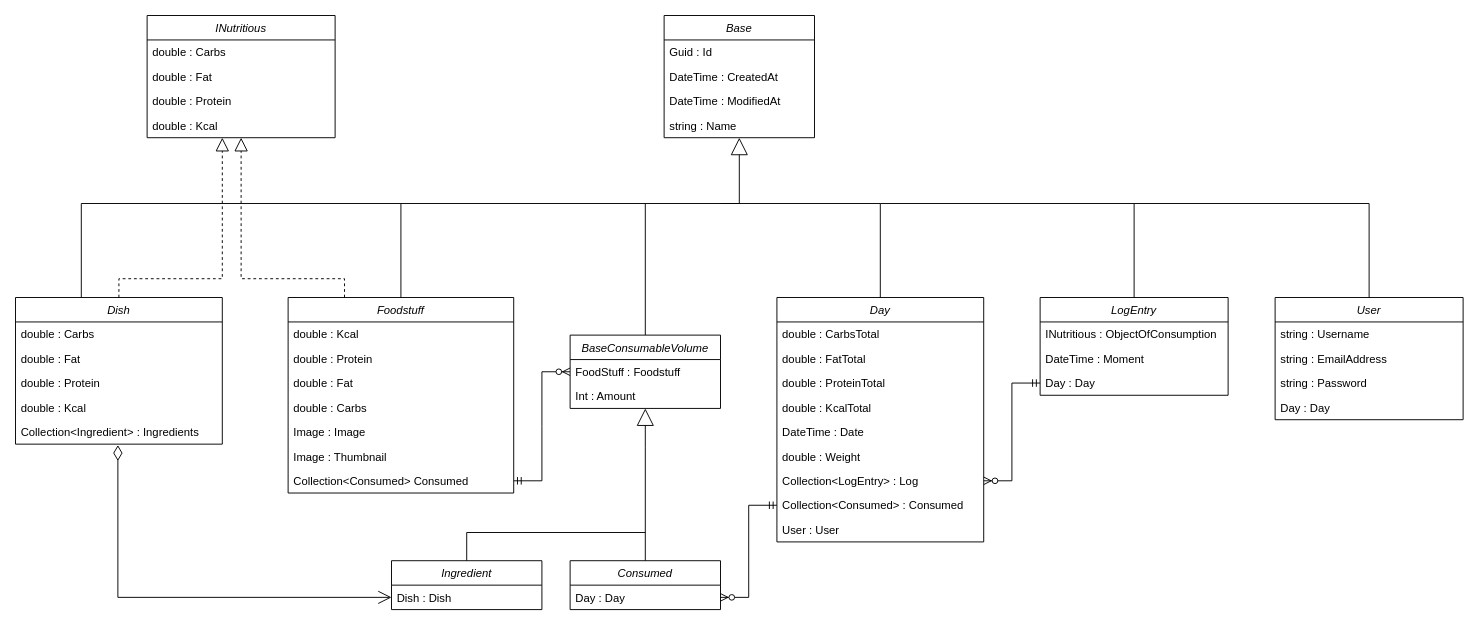
The draw.io diagram NutrientTreckerRelations.drawio in NytraOG/NutrientTrecker.Blazor, before the edit. Source tidied: cells renumbered, new cells numbered last; positions are measured from the earlier drawing's top-left corner, leaving out a move shared by most shapes. Both pictures are drawn from the tidied source at 94%, with x=0, y=0 at pixel (15, 15).
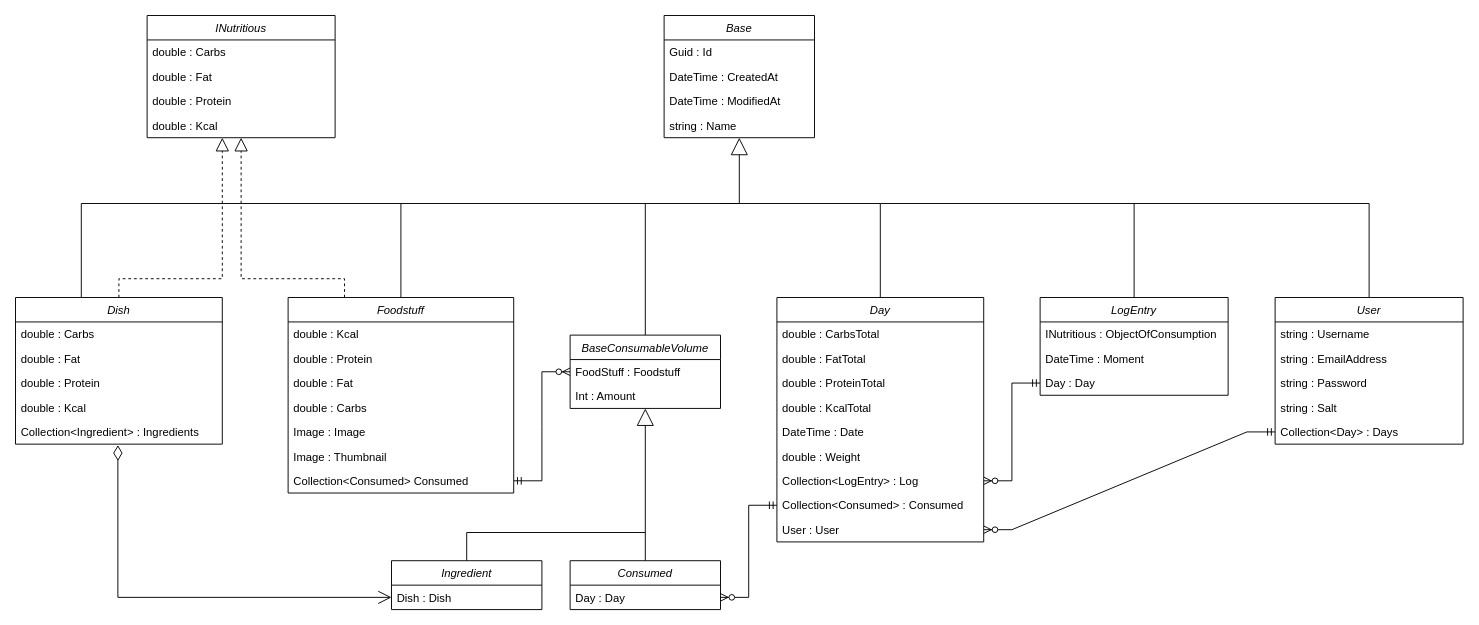
After the change.

The change refers to these unchanged cells:
```xml
<mxCell id="30" value="User : User" style="text;align=left;verticalAlign=top;spacingLeft=4;spacingRight=4;overflow=hidden;points=[[0,0.5],[1,0.5]];portConstraint=eastwest;" parent="21" vertex="1">
  <mxGeometry y="234" width="220" height="26" as="geometry" />
</mxCell>
```

The edit, as a diff of the source:
```diff
@@
     <mxCell id="60" value="User" style="swimlane;fontStyle=2;align=center;verticalAlign=top;horizontal=1;startSize=26;rounded=0;shadow=0;strokeWidth=1;" parent="1" vertex="1">
-      <mxGeometry x="1340" y="300" width="200" height="130" as="geometry" />
+      <mxGeometry x="1340" y="300" width="200" height="156" as="geometry" />
     </mxCell>
@@
+    <mxCell id="66" value="string : Salt" style="text;align=left;verticalAlign=top;spacingLeft=4;spacingRight=4;overflow=hidden;rounded=0;shadow=0;html=0;" parent="60" vertex="1">
+      <mxGeometry y="104" width="200" height="26" as="geometry" />
+    </mxCell>
-    <mxCell id="64" value="Day : Day" style="text;align=left;verticalAlign=top;spacingLeft=4;spacingRight=4;overflow=hidden;points=[[0,0.5],[1,0.5]];portConstraint=eastwest;rounded=0;shadow=0;html=0;" parent="60" vertex="1">
-      <mxGeometry y="104" width="200" height="26" as="geometry" />
+    <mxCell id="64" value="Collection&lt;Day&gt; : Days" style="text;align=left;verticalAlign=top;spacingLeft=4;spacingRight=4;overflow=hidden;points=[[0,0.5],[1,0.5]];portConstraint=eastwest;rounded=0;shadow=0;html=0;" parent="60" vertex="1">
+      <mxGeometry y="130" width="200" height="26" as="geometry" />
     </mxCell>
@@
+    <mxCell id="67" style="edgeStyle=entityRelationEdgeStyle;fontSize=12;html=1;endArrow=ERzeroToMany;startArrow=ERmandOne;rounded=0;exitX=0;exitY=0.5;exitDx=0;exitDy=0;" parent="1" edge="1" source="64" target="30">
+      <mxGeometry relative="1" as="geometry" />
+    </mxCell>
```
